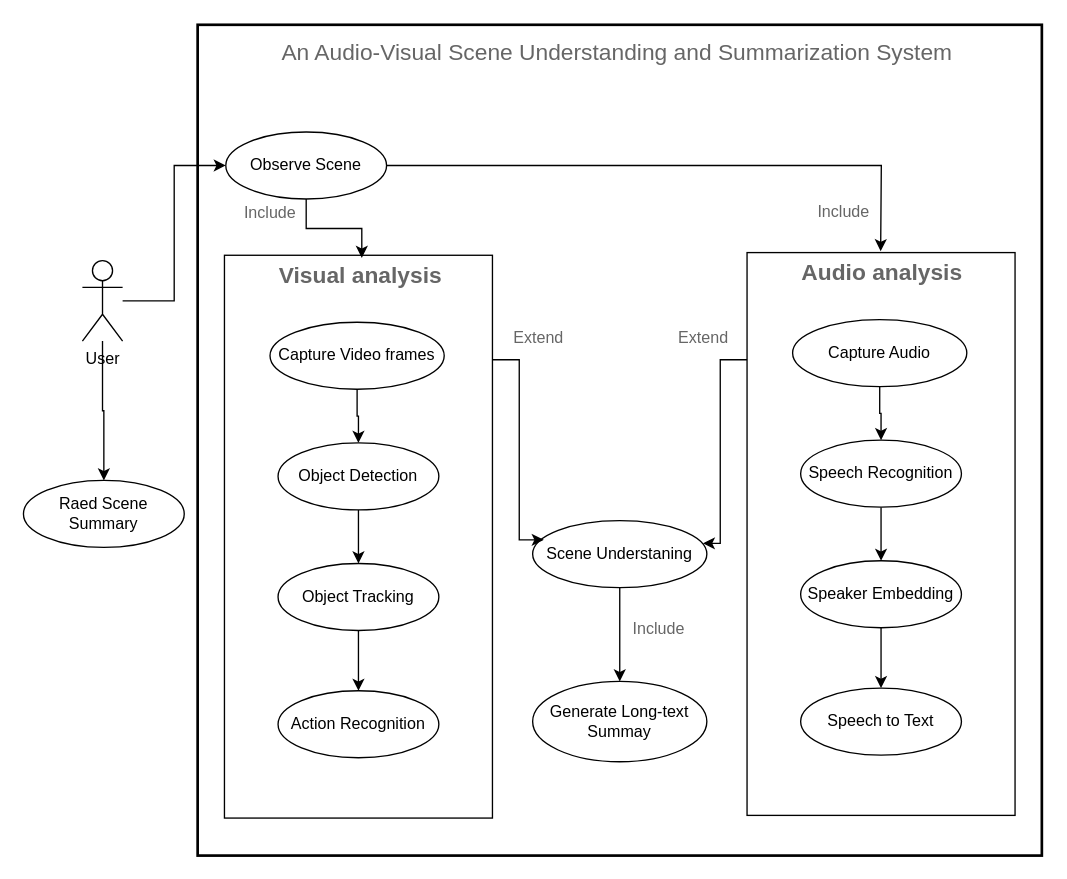
Above: Fydp.drawio in hridoy1000/Assignment (draw.io), before the change. Source tidied: cells renumbered, new cells numbered last; positions are measured from the earlier drawing's top-left corner, leaving out a move shared by most shapes. Both pictures are drawn from the tidied source at 134%, with x=0, y=0 at pixel (23, 24).
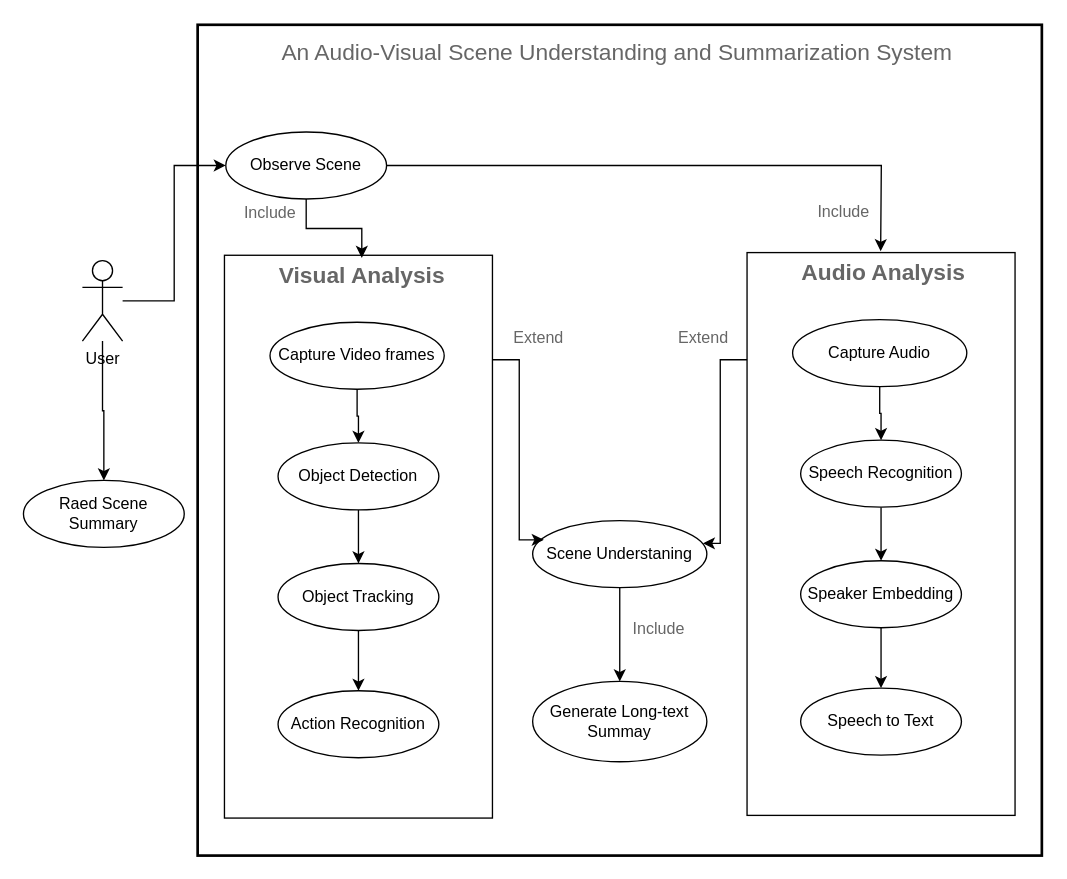
After the change.

Diff of the diagram source:
```diff
@@
-    <mxCell id="16" value="&lt;b&gt;Visual analysis&lt;/b&gt;" style="strokeWidth=0;shadow=0;dashed=1;align=center;html=1;shape=mxgraph.mockup.text.textBox;fontColor=#666666;align=left;fontSize=17;spacingLeft=4;spacingTop=-3;whiteSpace=wrap;strokeColor=none;mainText=;dashPattern=1 4;" parent="1" vertex="1">
+    <mxCell id="16" value="&lt;b&gt;Visual Analysis&lt;/b&gt;" style="strokeWidth=0;shadow=0;dashed=1;align=center;html=1;shape=mxgraph.mockup.text.textBox;fontColor=#666666;align=left;fontSize=17;spacingLeft=4;spacingTop=-3;whiteSpace=wrap;strokeColor=none;mainText=;dashPattern=1 4;" parent="1" vertex="1">
       <mxGeometry x="185" y="174" width="135" height="30" as="geometry" />
     </mxCell>
@@
-    <mxCell id="25" value="&lt;b&gt;Audio analysis&lt;/b&gt;" style="strokeWidth=0;shadow=0;dashed=1;align=center;html=1;shape=mxgraph.mockup.text.textBox;fontColor=#666666;align=left;fontSize=17;spacingLeft=4;spacingTop=-3;whiteSpace=wrap;strokeColor=none;mainText=;dashPattern=1 4;" parent="1" vertex="1">
+    <mxCell id="25" value="&lt;b&gt;Audio Analysis&lt;/b&gt;" style="strokeWidth=0;shadow=0;dashed=1;align=center;html=1;shape=mxgraph.mockup.text.textBox;fontColor=#666666;align=left;fontSize=17;spacingLeft=4;spacingTop=-3;whiteSpace=wrap;strokeColor=none;mainText=;dashPattern=1 4;" parent="1" vertex="1">
       <mxGeometry x="575" y="172" width="135" height="30" as="geometry" />
     </mxCell>
```
